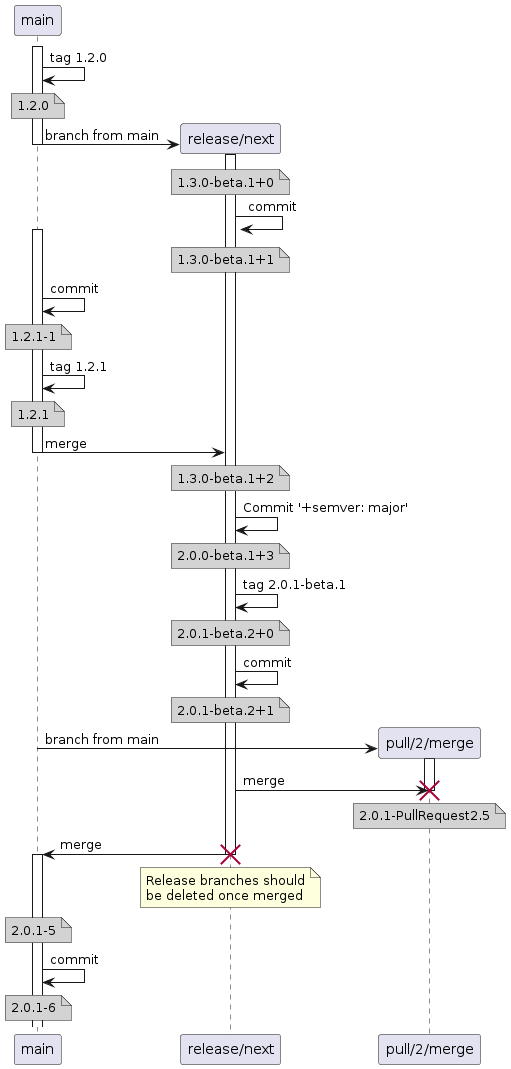
Above: docs/input/docs/img/DocumentationSamplesForGitFlow_ReleaseBranch.png in GitTools/GitVersion (PlantUML), before the change. Its diagram source:
```plantuml
@startuml
activate main
main -> main: tag 1.2.0
note over main #D3D3D3
  1.2.0
end note
create participant "release/next" as release
main -> release: branch from main
activate release
deactivate main
note over release #D3D3D3
  1.3.0-beta.1+0
end note
release -> release: commit
note over release #D3D3D3
  1.3.0-beta.1+1
end note
activate main
main -> main: commit
note over main #D3D3D3
  1.2.1-1
end note
main -> main: tag 1.2.1
note over main #D3D3D3
  1.2.1
end note
main -> release: merge
deactivate main
note over release #D3D3D3
  1.3.0-beta.1+2
end note
release -> release: Commit '+semver: major'
note over release #D3D3D3
  2.0.0-beta.1+3
end note
release -> release: tag 2.0.1-beta.1
note over release #D3D3D3
  2.0.1-beta.2+0
end note
release -> release: commit
note over release #D3D3D3
  2.0.1-beta.2+1
end note
create participant "pull/2/merge" as pull
main -> pull: branch from main
activate pull
release -> pull: merge
note over pull #D3D3D3
  2.0.1-PullRequest2.5
end note
destroy pull
release -> main: merge
destroy release
note over release
  Release branches should
  be deleted once merged
end note
note over main #D3D3D3
  2.0.1-5
end note
activate main
main -> main: commit
note over main #D3D3D3
  2.0.1-6
end note
@enduml
```
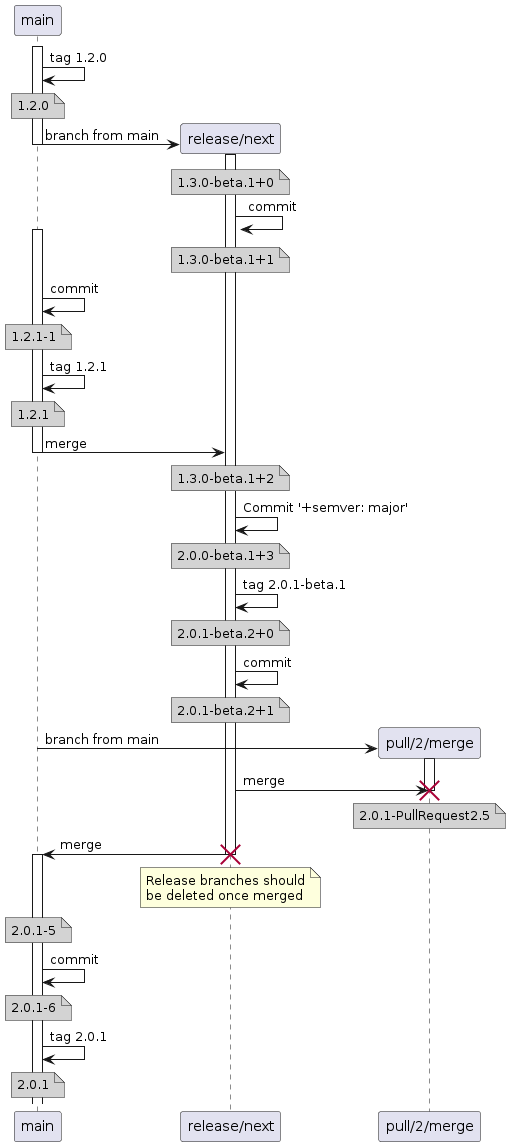
Above is the later version.

The edit, as a diff of the source:
```diff
@@ -1,66 +1,70 @@
 @startuml
 activate main
-main -> main: tag 1.2.0
-note over main #D3D3D3
-  1.2.0
-end note
-create participant "release/next" as release
-main -> release: branch from main
-activate release
-deactivate main
-note over release #D3D3D3
-  1.3.0-beta.1+0
-end note
-release -> release: commit
-note over release #D3D3D3
-  1.3.0-beta.1+1
-end note
-activate main
-main -> main: commit
-note over main #D3D3D3
-  1.2.1-1
-end note
-main -> main: tag 1.2.1
-note over main #D3D3D3
-  1.2.1
-end note
-main -> release: merge
-deactivate main
-note over release #D3D3D3
-  1.3.0-beta.1+2
-end note
-release -> release: Commit '+semver: major'
-note over release #D3D3D3
-  2.0.0-beta.1+3
-end note
-release -> release: tag 2.0.1-beta.1
-note over release #D3D3D3
-  2.0.1-beta.2+0
-end note
-release -> release: commit
-note over release #D3D3D3
-  2.0.1-beta.2+1
-end note
-create participant "pull/2/merge" as pull
-main -> pull: branch from main
-activate pull
-release -> pull: merge
-note over pull #D3D3D3
-  2.0.1-PullRequest2.5
-end note
-destroy pull
-release -> main: merge
-destroy release
-note over release
-  Release branches should
-  be deleted once merged
-end note
-note over main #D3D3D3
-  2.0.1-5
-end note
-activate main
-main -> main: commit
-note over main #D3D3D3
-  2.0.1-6
-end note
+    main -> main: tag 1.2.0
+    note over main #D3D3D3
+      1.2.0
+    end note
+    create participant "release/next" as release
+    main -> release: branch from main
+    activate release
+    deactivate main
+    note over release #D3D3D3
+      1.3.0-beta.1+0
+    end note
+    release -> release: commit
+    note over release #D3D3D3
+      1.3.0-beta.1+1
+    end note
+    activate main
+    main -> main: commit
+    note over main #D3D3D3
+      1.2.1-1
+    end note
+    main -> main: tag 1.2.1
+    note over main #D3D3D3
+      1.2.1
+    end note
+    main -> release: merge
+    deactivate main
+    note over release #D3D3D3
+      1.3.0-beta.1+2
+    end note
+    release -> release: Commit '+semver: major'
+    note over release #D3D3D3
+      2.0.0-beta.1+3
+    end note
+    release -> release: tag 2.0.1-beta.1
+    note over release #D3D3D3
+      2.0.1-beta.2+0
+    end note
+    release -> release: commit
+    note over release #D3D3D3
+      2.0.1-beta.2+1
+    end note
+    create participant "pull/2/merge" as pull
+    main -> pull: branch from main
+    activate pull
+    release -> pull: merge
+    note over pull #D3D3D3
+      2.0.1-PullRequest2.5
+    end note
+    destroy pull
+    release -> main: merge
+    destroy release
+    note over release
+      Release branches should
+      be deleted once merged
+    end note
+    note over main #D3D3D3
+      2.0.1-5
+    end note
+    activate main
+    main -> main: commit
+    note over main #D3D3D3
+      2.0.1-6
+    end note
+    main -> main: tag 2.0.1
+    note over main #D3D3D3
+      2.0.1
+    end note
 @enduml
```
